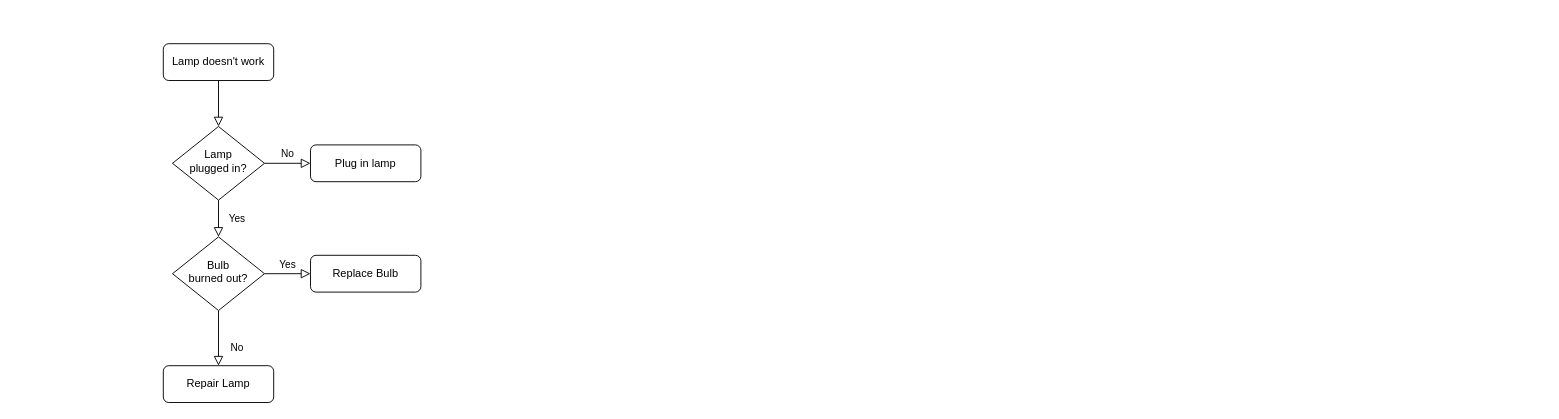
This is Untitled Diagram.drawio from mihnevich1989/drawio-diagramms, a draw.io file, before an edit. Source tidied: cells renumbered, new cells numbered last; positions are measured from the earlier drawing's top-left corner, leaving out a move shared by most shapes. Both pictures are drawn from the tidied source at 92%, with x=0, y=0 at pixel (163, 43).
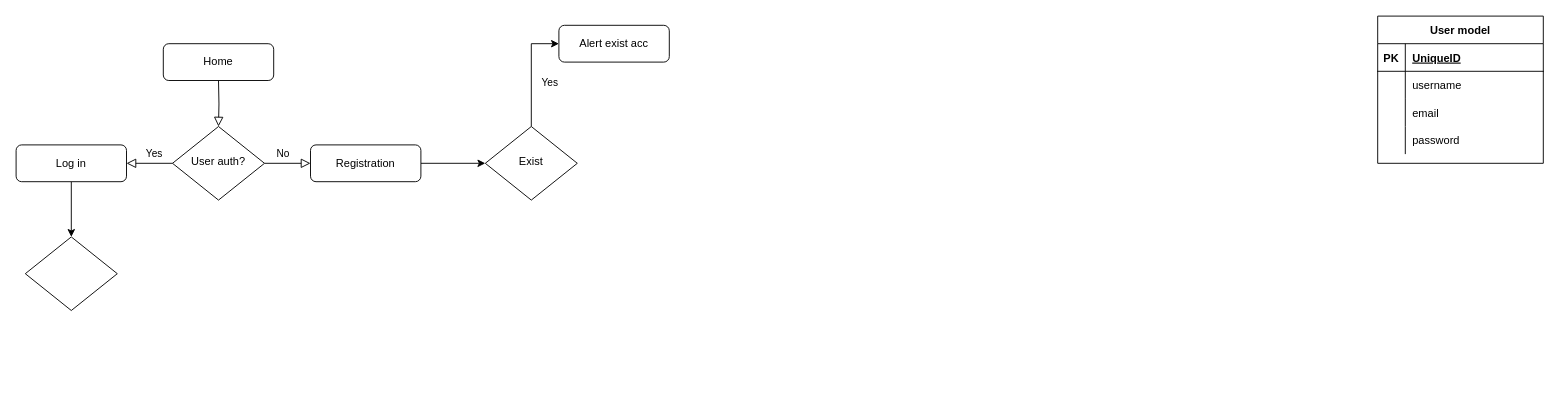
The same diagram, later.

What changed in the source:
```diff
@@
-    <mxCell id="2" style="rounded=0;html=1;jettySize=auto;fontSize=11;endArrow=block;endFill=0;endSize=8;strokeWidth=1;shadow=0;labelBackgroundColor=none;edgeStyle=orthogonalEdgeStyle;" parent="1" edge="1" source="3" target="6">
-      <mxGeometry relative="1" as="geometry" />
+    <mxCell id="2" style="rounded=0;html=1;jettySize=auto;fontSize=11;endArrow=block;endFill=0;endSize=8;strokeWidth=1;shadow=0;labelBackgroundColor=none;edgeStyle=orthogonalEdgeStyle;" parent="1" edge="1" target="6">
+      <mxGeometry relative="1" as="geometry">
+        <mxPoint x="60" y="40" as="sourcePoint" />
+      </mxGeometry>
     </mxCell>
-    <mxCell id="3" value="Lamp doesn't work" style="rounded=1;whiteSpace=wrap;html=1;fontSize=12;glass=0;strokeWidth=1;shadow=0;" parent="1" vertex="1">
+    <mxCell id="3" value="Home" style="rounded=1;whiteSpace=wrap;html=1;fontSize=12;glass=0;strokeWidth=1;shadow=0;" parent="1" vertex="1">
       <mxGeometry width="120" height="40" as="geometry" />
     </mxCell>
-    <mxCell id="4" value="Yes" style="rounded=0;html=1;jettySize=auto;fontSize=11;endArrow=block;endFill=0;endSize=8;strokeWidth=1;shadow=0;labelBackgroundColor=none;edgeStyle=orthogonalEdgeStyle;" parent="1" edge="1" source="6" target="10">
-      <mxGeometry y="20" relative="1" as="geometry" />
-    </mxCell>
     <mxCell id="5" value="No" style="edgeStyle=orthogonalEdgeStyle;rounded=0;html=1;jettySize=auto;fontSize=11;endArrow=block;endFill=0;endSize=8;strokeWidth=1;shadow=0;labelBackgroundColor=none;" parent="1" edge="1" source="6" target="7">
-      <mxGeometry y="10" relative="1" as="geometry" />
+      <mxGeometry x="-0.2" y="10" relative="1" as="geometry" />
     </mxCell>
-    <mxCell id="6" value="Lamp&lt;br&gt;plugged in?" style="rhombus;whiteSpace=wrap;html=1;shadow=0;fontFamily=Helvetica;fontSize=12;align=center;strokeWidth=1;spacing=6;spacingTop=-4;" parent="1" vertex="1">
+    <mxCell id="6" value="User auth?" style="rhombus;whiteSpace=wrap;html=1;shadow=0;fontFamily=Helvetica;fontSize=12;align=center;strokeWidth=1;spacing=6;spacingTop=-4;" parent="1" vertex="1">
       <mxGeometry x="10" y="90" width="100" height="80" as="geometry" />
     </mxCell>
+    <mxCell id="13" style="edgeStyle=orthogonalEdgeStyle;rounded=0;jettySize=auto;html=1;" parent="1" edge="1" source="7" target="18">
+      <mxGeometry relative="1" as="geometry" />
+    </mxCell>
-    <mxCell id="7" value="Plug in lamp" style="rounded=1;whiteSpace=wrap;html=1;fontSize=12;glass=0;strokeWidth=1;shadow=0;" parent="1" vertex="1">
+    <mxCell id="7" value="Registration" style="rounded=1;whiteSpace=wrap;html=1;fontSize=12;glass=0;strokeWidth=1;shadow=0;" parent="1" vertex="1">
       <mxGeometry x="160" y="110" width="120" height="40" as="geometry" />
     </mxCell>
-    <mxCell id="8" value="No" style="rounded=0;html=1;jettySize=auto;fontSize=11;endArrow=block;endFill=0;endSize=8;strokeWidth=1;shadow=0;labelBackgroundColor=none;edgeStyle=orthogonalEdgeStyle;" parent="1" edge="1" source="10" target="11">
-      <mxGeometry x="0.33" y="20" relative="1" as="geometry" />
-    </mxCell>
-    <mxCell id="9" value="Yes" style="edgeStyle=orthogonalEdgeStyle;rounded=0;html=1;jettySize=auto;fontSize=11;endArrow=block;endFill=0;endSize=8;strokeWidth=1;shadow=0;labelBackgroundColor=none;" parent="1" edge="1" source="10" target="12">
-      <mxGeometry y="10" relative="1" as="geometry" />
-    </mxCell>
-    <mxCell id="10" value="Bulb&lt;br&gt;burned out?" style="rhombus;whiteSpace=wrap;html=1;shadow=0;fontFamily=Helvetica;fontSize=12;align=center;strokeWidth=1;spacing=6;spacingTop=-4;" parent="1" vertex="1">
-      <mxGeometry x="10" y="210" width="100" height="80" as="geometry" />
-    </mxCell>
+    <mxCell id="14" style="edgeStyle=orthogonalEdgeStyle;rounded=0;jettySize=auto;html=1;entryX=0.5;entryY=0;entryDx=0;entryDy=0;" parent="1" edge="1" source="11" target="19">
+      <mxGeometry relative="1" as="geometry" />
+    </mxCell>
-    <mxCell id="11" value="Repair Lamp" style="rounded=1;whiteSpace=wrap;html=1;fontSize=12;glass=0;strokeWidth=1;shadow=0;" parent="1" vertex="1">
-      <mxGeometry y="350" width="120" height="40" as="geometry" />
+    <mxCell id="11" value="Log in" style="rounded=1;whiteSpace=wrap;html=1;fontSize=12;glass=0;strokeWidth=1;shadow=0;" parent="1" vertex="1">
+      <mxGeometry x="-160" y="110" width="120" height="40" as="geometry" />
     </mxCell>
-    <mxCell id="12" value="Replace Bulb" style="rounded=1;whiteSpace=wrap;html=1;fontSize=12;glass=0;strokeWidth=1;shadow=0;" parent="1" vertex="1">
-      <mxGeometry x="160" y="230" width="120" height="40" as="geometry" />
-    </mxCell>
+    <mxCell id="15" value="Yes" style="edgeStyle=orthogonalEdgeStyle;rounded=0;html=1;jettySize=auto;fontSize=11;endArrow=block;endFill=0;endSize=8;strokeWidth=1;shadow=0;labelBackgroundColor=none;entryX=1;entryY=0.5;entryDx=0;entryDy=0;exitX=0;exitY=0.5;exitDx=0;exitDy=0;" parent="1" edge="1" source="6" target="11">
+      <mxGeometry x="-0.2" y="-10" relative="1" as="geometry" />
+    </mxCell>
+    <mxCell id="16" value="Alert exist acc" style="rounded=1;whiteSpace=wrap;html=1;fontSize=12;glass=0;strokeWidth=1;shadow=0;" parent="1" vertex="1">
+      <mxGeometry x="430" y="-20" width="120" height="40" as="geometry" />
+    </mxCell>
+    <mxCell id="17" value="Yes" style="edgeStyle=orthogonalEdgeStyle;rounded=0;jettySize=auto;html=1;entryX=0;entryY=0.5;entryDx=0;entryDy=0;" parent="1" edge="1" source="18" target="16">
+      <mxGeometry x="-0.2" y="-20" relative="1" as="geometry" />
+    </mxCell>
+    <mxCell id="18" value="Exist" style="rhombus;whiteSpace=wrap;html=1;shadow=0;fontFamily=Helvetica;fontSize=12;align=center;strokeWidth=1;spacing=6;spacingTop=-4;" parent="1" vertex="1">
+      <mxGeometry x="350" y="90" width="100" height="80" as="geometry" />
+    </mxCell>
+    <mxCell id="19" style="rhombus;whiteSpace=wrap;html=1;shadow=0;fontFamily=Helvetica;fontSize=12;align=center;strokeWidth=1;spacing=6;spacingTop=-4;" parent="1" vertex="1">
+      <mxGeometry x="-150" y="210" width="100" height="80" as="geometry" />
+    </mxCell>
+    <mxCell id="20" value="User model" style="shape=table;startSize=30;childLayout=tableLayout;rowLines=0;fontStyle=1;align=center;" parent="1" vertex="1">
+      <mxGeometry x="1320" y="-30" width="180" height="160" as="geometry" />
+    </mxCell>
+    <mxCell id="21" style="shape=tableRow;horizontal=0;startSize=0;swimlaneHead=0;swimlaneBody=0;fillColor=none;top=0;left=0;right=0;bottom=1;" parent="20" vertex="1">
+      <mxGeometry y="30" width="180" height="30" as="geometry" />
+    </mxCell>
+    <mxCell id="22" value="PK" style="shape=partialRectangle;fillColor=none;top=0;left=0;bottom=0;right=0;fontStyle=1;overflow=hidden;" parent="21" vertex="1">
+      <mxGeometry width="30" height="30" as="geometry" />
+    </mxCell>
+    <mxCell id="23" value="UniqueID" style="shape=partialRectangle;fillColor=none;top=0;left=0;bottom=0;right=0;align=left;spacingLeft=6;fontStyle=5;overflow=hidden;" parent="21" vertex="1">
+      <mxGeometry x="30" width="150" height="30" as="geometry" />
+    </mxCell>
+    <mxCell id="24" style="shape=tableRow;horizontal=0;startSize=0;swimlaneHead=0;swimlaneBody=0;fillColor=none;top=0;left=0;right=0;bottom=0;" parent="20" vertex="1">
+      <mxGeometry y="60" width="180" height="30" as="geometry" />
+    </mxCell>
+    <mxCell id="25" style="shape=partialRectangle;fillColor=none;top=0;left=0;bottom=0;right=0;overflow=hidden;" parent="24" vertex="1">
+      <mxGeometry width="30" height="30" as="geometry" />
+    </mxCell>
+    <mxCell id="26" value="username" style="shape=partialRectangle;fillColor=none;top=0;left=0;bottom=0;right=0;align=left;spacingLeft=6;overflow=hidden;" parent="24" vertex="1">
+      <mxGeometry x="30" width="150" height="30" as="geometry" />
+    </mxCell>
+    <mxCell id="27" style="shape=tableRow;horizontal=0;startSize=0;swimlaneHead=0;swimlaneBody=0;fillColor=none;top=0;left=0;right=0;bottom=0;" parent="20" vertex="1">
+      <mxGeometry y="90" width="180" height="30" as="geometry" />
+    </mxCell>
+    <mxCell id="28" style="shape=partialRectangle;fillColor=none;top=0;left=0;bottom=0;right=0;overflow=hidden;" parent="27" vertex="1">
+      <mxGeometry width="30" height="30" as="geometry" />
+    </mxCell>
+    <mxCell id="29" value="email" style="shape=partialRectangle;fillColor=none;top=0;left=0;bottom=0;right=0;align=left;spacingLeft=6;overflow=hidden;" parent="27" vertex="1">
+      <mxGeometry x="30" width="150" height="30" as="geometry" />
+    </mxCell>
+    <mxCell id="30" style="shape=tableRow;horizontal=0;startSize=0;swimlaneHead=0;swimlaneBody=0;fillColor=none;top=0;left=0;right=0;bottom=0;" parent="20" vertex="1">
+      <mxGeometry y="120" width="180" height="30" as="geometry" />
+    </mxCell>
+    <mxCell id="31" style="shape=partialRectangle;fillColor=none;top=0;left=0;bottom=0;right=0;overflow=hidden;" parent="30" vertex="1">
+      <mxGeometry width="30" height="30" as="geometry" />
+    </mxCell>
+    <mxCell id="32" value="password" style="shape=partialRectangle;fillColor=none;top=0;left=0;bottom=0;right=0;align=left;spacingLeft=6;overflow=hidden;" parent="30" vertex="1">
+      <mxGeometry x="30" width="150" height="30" as="geometry" />
+    </mxCell>
```
